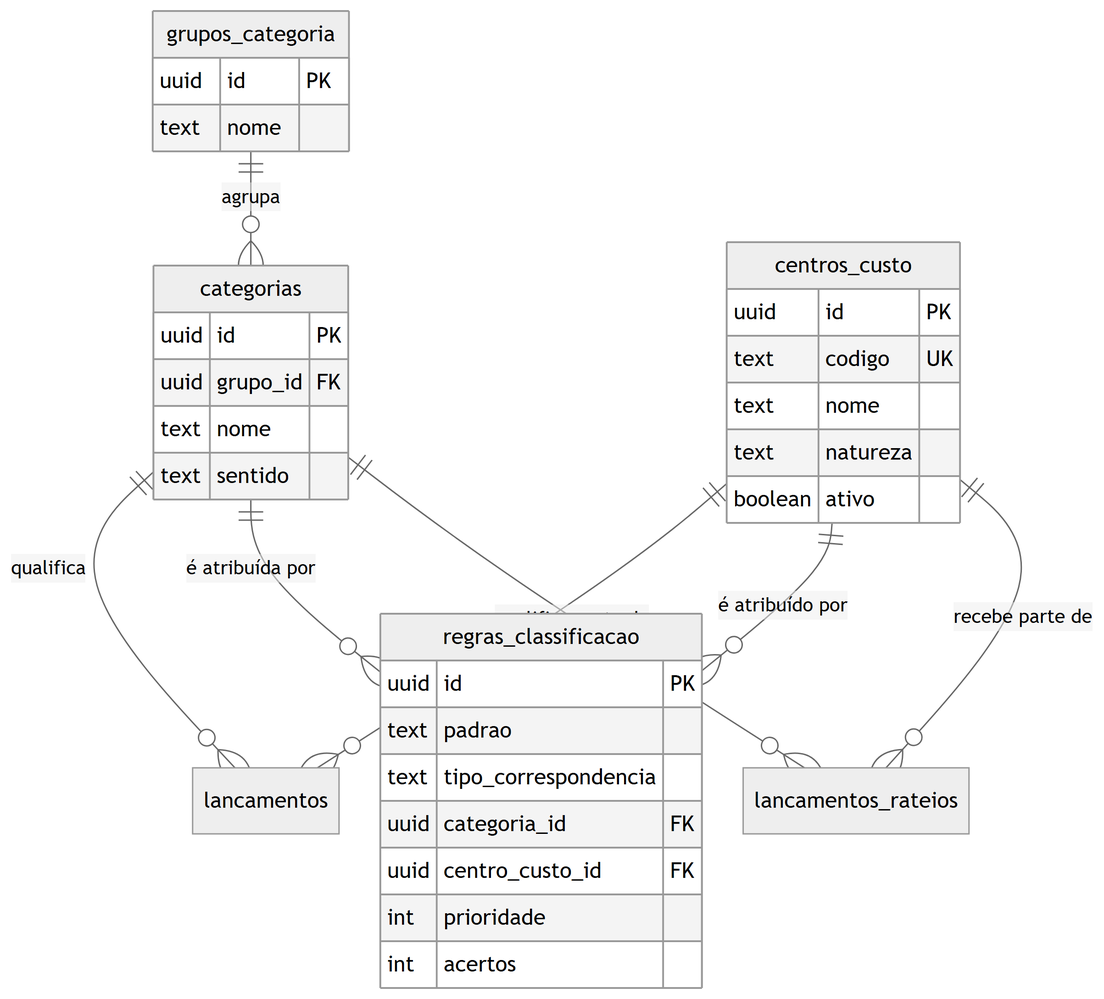
Before: docs/engenharia/modelo-dados-pt/img/fig16-financeiro-classificacao.png, a diagram exported from Mermaid (JoaoMudar/mudar). Its source is kept beside it as docs/engenharia/modelo-dados-pt/mmd/fig16-financeiro-classificacao.mmd.
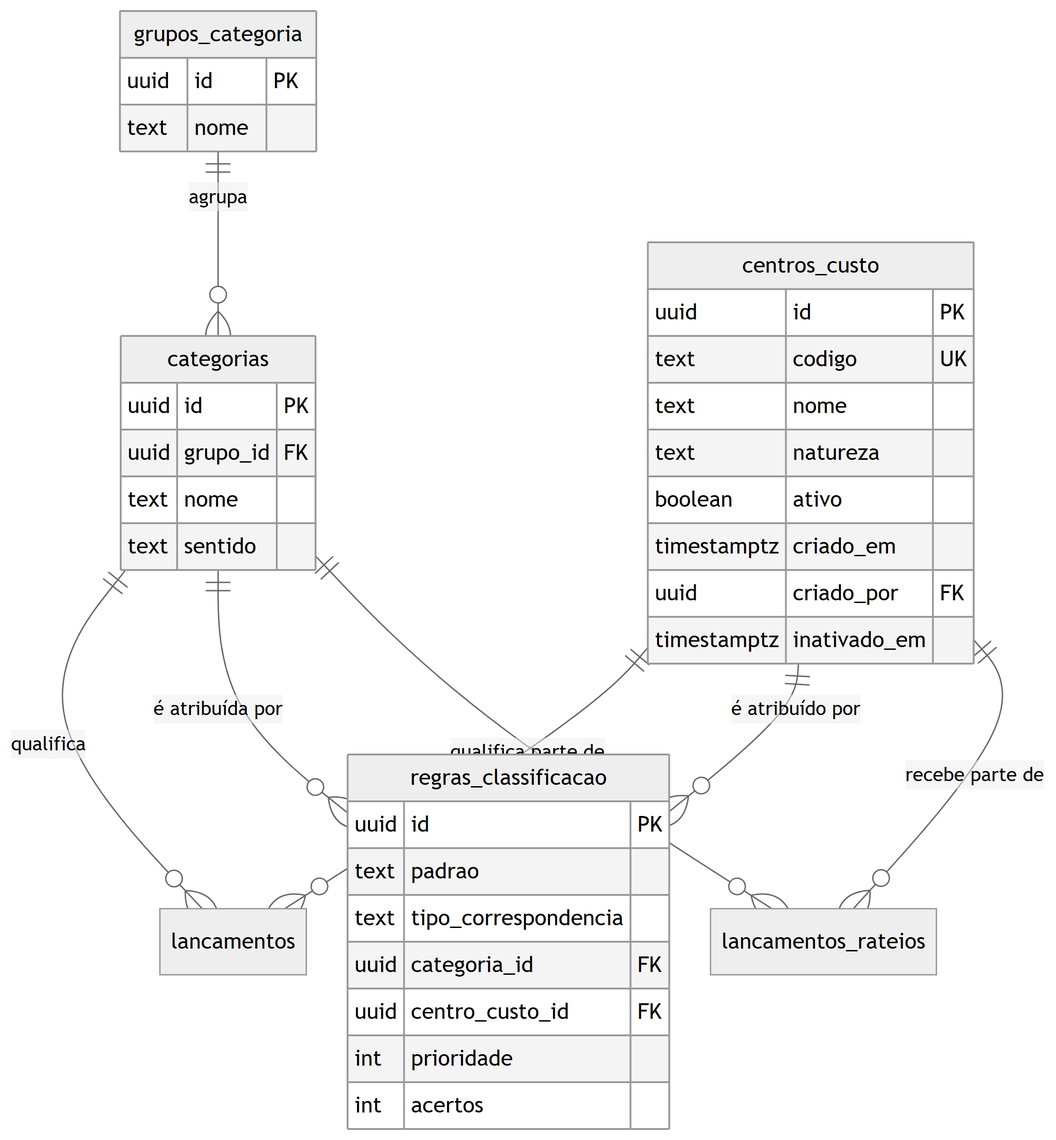
After the commit.

Diff of the diagram source:
```diff
@@ -15,6 +15,9 @@
     text nome
     text natureza
     boolean ativo
+    timestamptz criado_em
+    uuid criado_por FK
+    timestamptz inativado_em
   }
   regras_classificacao {
     uuid id PK
```
